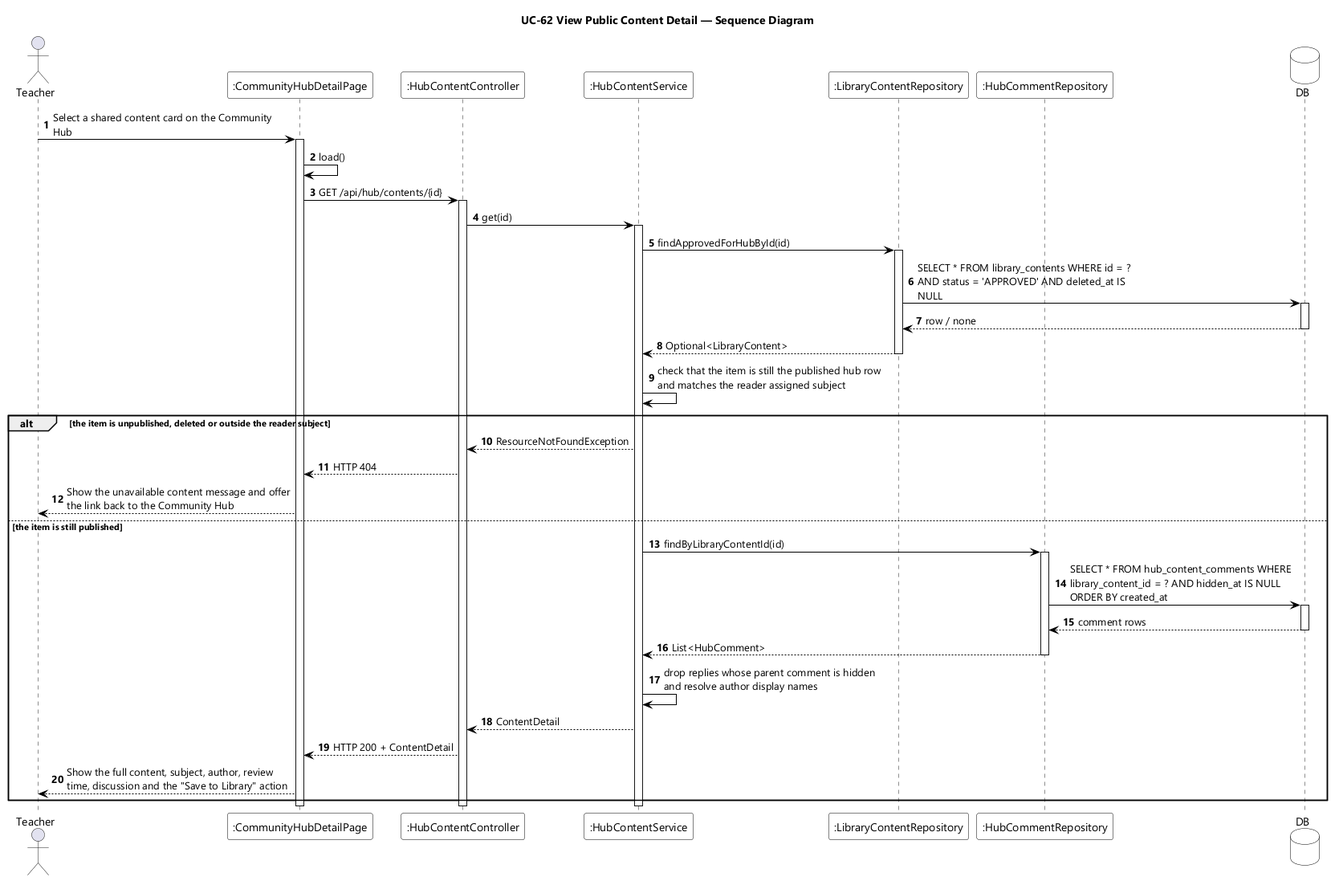
Earlier version of the PlantUML export designs/sds-diagrams/uc62/uc62-sequence-diagram.png (EduA-system/EduA-system). The source it was exported from:
```plantuml
@startuml UC-62 View Public Content Detail - Sequence Diagram
skinparamlocked dpi 96
skinparam defaultFontName "Segoe UI"
skinparam shadowing false
skinparam ParticipantBackgroundColor #FFFFFF
skinparam ParticipantBorderColor #000000
skinparam DatabaseBackgroundColor #FFFFFF
skinparam DatabaseBorderColor #000000
skinparam ArrowColor #000000
skinparam sequenceMessageAlign left
skinparam maxMessageSize 280
title UC-62 View Public Content Detail — Sequence Diagram

actor Teacher
participant ":CommunityHubDetailPage" as UI
participant ":HubContentController" as CTL
participant ":HubContentService" as SVC
participant ":LibraryContentRepository" as CONTENTS
participant ":HubCommentRepository" as COMMENTS
database DB

autonumber
Teacher -> UI : Select a shared content card on the Community Hub
activate UI
UI -> UI : load()
UI -> CTL : GET /api/hub/contents/{id}
activate CTL
CTL -> SVC : get(id)
activate SVC
SVC -> CONTENTS : findApprovedForHubById(id)
activate CONTENTS
CONTENTS -> DB : SELECT * FROM library_contents WHERE id = ? AND status = 'APPROVED' AND deleted_at IS NULL
activate DB
DB --> CONTENTS : row / none
deactivate DB
CONTENTS --> SVC : Optional<LibraryContent>
deactivate CONTENTS
SVC -> SVC : check that the item is still the published hub row and matches the reader assigned subject

alt the item is unpublished, deleted or outside the reader subject
  SVC --> CTL : ResourceNotFoundException
  CTL --> UI : HTTP 404
  UI --> Teacher : Show the unavailable content message and offer the link back to the Community Hub
else the item is still published
  SVC -> COMMENTS : findByLibraryContentId(id)
  activate COMMENTS
  COMMENTS -> DB : SELECT * FROM hub_content_comments WHERE library_content_id = ? AND hidden_at IS NULL ORDER BY created_at
  activate DB
  DB --> COMMENTS : comment rows
  deactivate DB
  COMMENTS --> SVC : List<HubComment>
  deactivate COMMENTS
  SVC -> SVC : drop replies whose parent comment is hidden and resolve author display names
  SVC --> CTL : ContentDetail
  CTL --> UI : HTTP 200 + ContentDetail
  UI --> Teacher : Show the full content, subject, author, review time, discussion and the "Save to Library" action
end
deactivate SVC
deactivate CTL
deactivate UI
@enduml
```
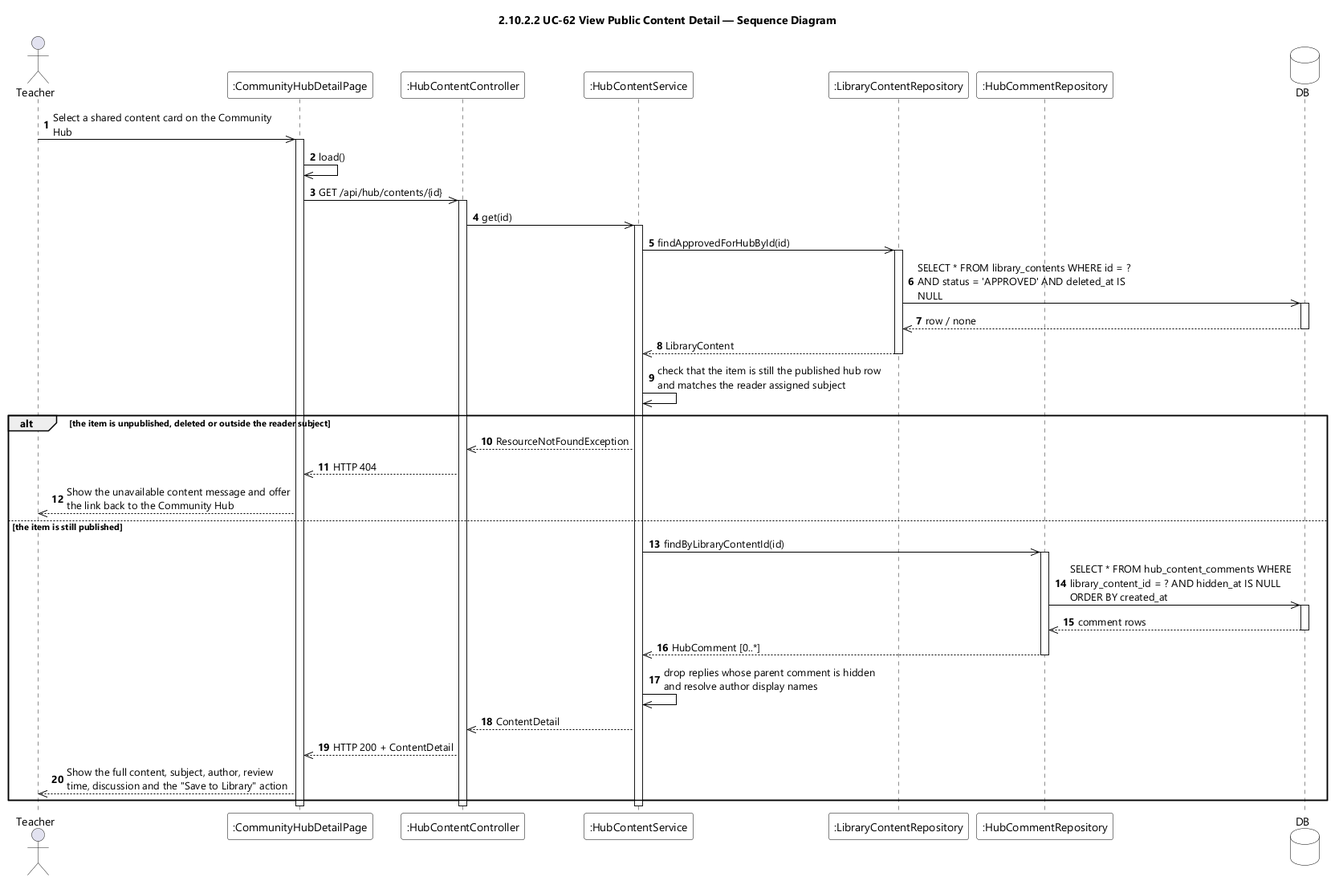
After the change.

Diff of the diagram source:
```diff
@@ -9,7 +9,7 @@
 skinparam ArrowColor #000000
 skinparam sequenceMessageAlign left
 skinparam maxMessageSize 280
-title UC-62 View Public Content Detail — Sequence Diagram
+title 2.10.2.2 UC-62 View Public Content Detail — Sequence Diagram
 
 actor Teacher
 participant ":CommunityHubDetailPage" as UI
@@ -20,40 +20,40 @@
 database DB
 
 autonumber
-Teacher -> UI : Select a shared content card on the Community Hub
+Teacher ->> UI : Select a shared content card on the Community Hub
 activate UI
-UI -> UI : load()
-UI -> CTL : GET /api/hub/contents/{id}
+UI ->> UI : load()
+UI ->> CTL : GET /api/hub/contents/{id}
 activate CTL
-CTL -> SVC : get(id)
+CTL ->> SVC : get(id)
 activate SVC
-SVC -> CONTENTS : findApprovedForHubById(id)
+SVC ->> CONTENTS : findApprovedForHubById(id)
 activate CONTENTS
-CONTENTS -> DB : SELECT * FROM library_contents WHERE id = ? AND status = 'APPROVED' AND deleted_at IS NULL
+CONTENTS ->> DB : SELECT * FROM library_contents WHERE id = ? AND status = 'APPROVED' AND deleted_at IS NULL
 activate DB
-DB --> CONTENTS : row / none
+DB -->> CONTENTS : row / none
 deactivate DB
-CONTENTS --> SVC : Optional<LibraryContent>
+CONTENTS -->> SVC : LibraryContent
 deactivate CONTENTS
-SVC -> SVC : check that the item is still the published hub row and matches the reader assigned subject
+SVC ->> SVC : check that the item is still the published hub row and matches the reader assigned subject
 
 alt the item is unpublished, deleted or outside the reader subject
-  SVC --> CTL : ResourceNotFoundException
-  CTL --> UI : HTTP 404
-  UI --> Teacher : Show the unavailable content message and offer the link back to the Community Hub
+  SVC -->> CTL : ResourceNotFoundException
+  CTL -->> UI : HTTP 404
+  UI -->> Teacher : Show the unavailable content message and offer the link back to the Community Hub
 else the item is still published
-  SVC -> COMMENTS : findByLibraryContentId(id)
+  SVC ->> COMMENTS : findByLibraryContentId(id)
   activate COMMENTS
-  COMMENTS -> DB : SELECT * FROM hub_content_comments WHERE library_content_id = ? AND hidden_at IS NULL ORDER BY created_at
+  COMMENTS ->> DB : SELECT * FROM hub_content_comments WHERE library_content_id = ? AND hidden_at IS NULL ORDER BY created_at
   activate DB
-  DB --> COMMENTS : comment rows
+  DB -->> COMMENTS : comment rows
   deactivate DB
-  COMMENTS --> SVC : List<HubComment>
+  COMMENTS -->> SVC : HubComment [0..*]
   deactivate COMMENTS
-  SVC -> SVC : drop replies whose parent comment is hidden and resolve author display names
-  SVC --> CTL : ContentDetail
-  CTL --> UI : HTTP 200 + ContentDetail
-  UI --> Teacher : Show the full content, subject, author, review time, discussion and the "Save to Library" action
+  SVC ->> SVC : drop replies whose parent comment is hidden and resolve author display names
+  SVC -->> CTL : ContentDetail
+  CTL -->> UI : HTTP 200 + ContentDetail
+  UI -->> Teacher : Show the full content, subject, author, review time, discussion and the "Save to Library" action
 end
 deactivate SVC
 deactivate CTL
```
